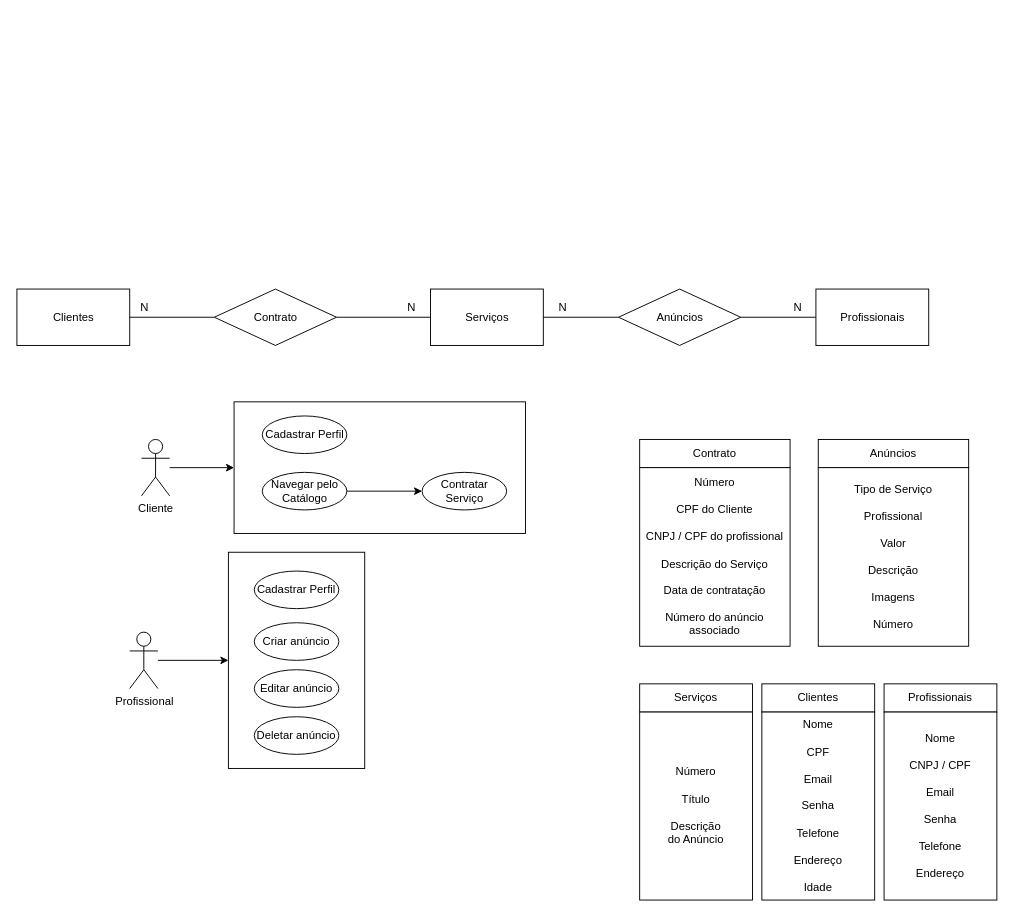
MAnzolin/FATEC_ADS_NOITE keeps this draw.io diagram as PROJETO_2_WEB/Untitled Diagram.drawio. Above is the earlier version. Source tidied: cells renumbered, new cells numbered last; positions are measured from the earlier drawing's top-left corner, leaving out a move shared by most shapes. Both pictures are drawn from the tidied source at 94%, with x=0, y=0 at pixel (17, 289).
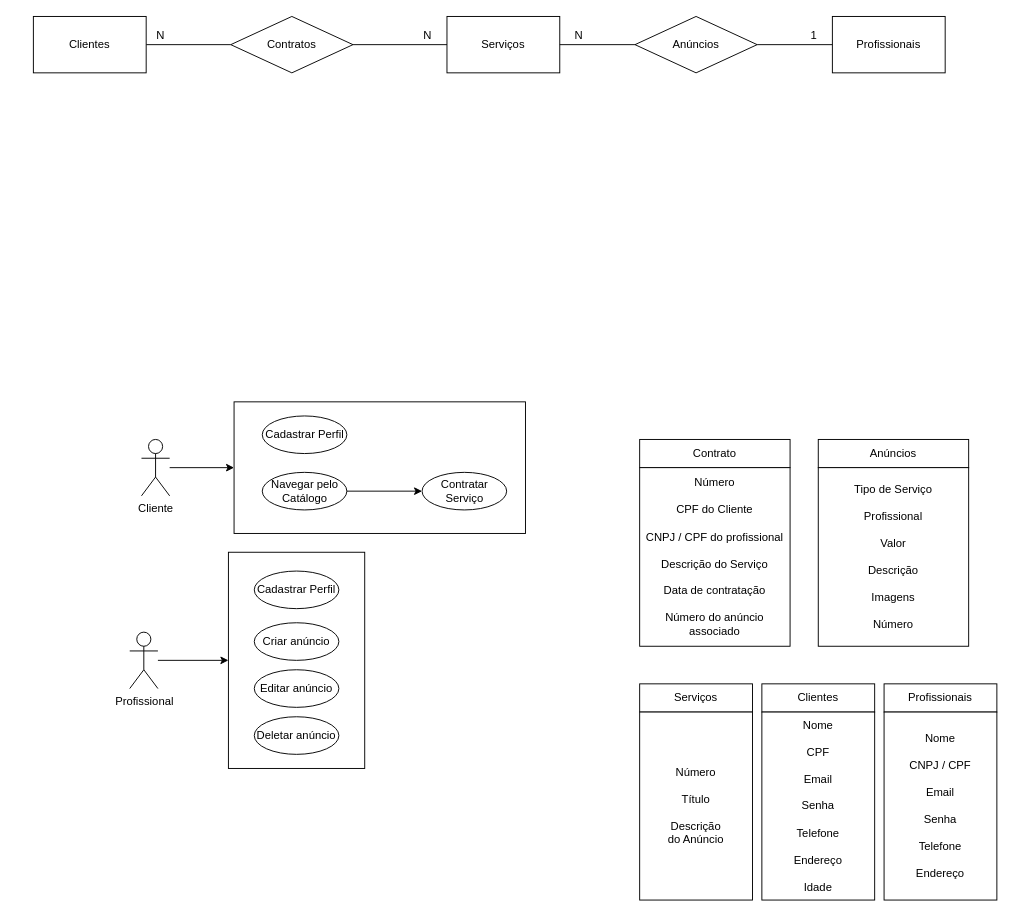
Above is the later version.

The edit, as a diff of the source:
```diff
@@
     <mxCell id="2" value="Serviços" style="rounded=0;whiteSpace=wrap;html=1;" parent="1" vertex="1">
-      <mxGeometry x="439.5" width="120" height="60" as="geometry" />
+      <mxGeometry x="457" y="-290" width="120" height="60" as="geometry" />
     </mxCell>
     <mxCell id="3" value="Profissionais" style="rounded=0;whiteSpace=wrap;html=1;" parent="1" vertex="1">
-      <mxGeometry x="849.5" width="120" height="60" as="geometry" />
+      <mxGeometry x="867" y="-290" width="120" height="60" as="geometry" />
     </mxCell>
@@
     <mxCell id="5" value="Anúncios" style="rhombus;whiteSpace=wrap;html=1;" parent="1" vertex="1">
-      <mxGeometry x="639.5" width="130" height="60" as="geometry" />
+      <mxGeometry x="657" y="-290" width="130" height="60" as="geometry" />
     </mxCell>
@@
     <mxCell id="7" value="N" style="text;html=1;align=center;verticalAlign=middle;strokeColor=none;" parent="1" vertex="1">
-      <mxGeometry x="569.5" y="10" width="20" height="20" as="geometry" />
+      <mxGeometry x="587" y="-280" width="20" height="20" as="geometry" />
     </mxCell>
-    <mxCell id="8" value="N" style="text;html=1;align=center;verticalAlign=middle;strokeColor=none;" parent="1" vertex="1">
-      <mxGeometry x="819.5" y="10" width="20" height="20" as="geometry" />
+    <mxCell id="8" value="1" style="text;html=1;align=center;verticalAlign=middle;strokeColor=none;" parent="1" vertex="1">
+      <mxGeometry x="837" y="-280" width="20" height="20" as="geometry" />
     </mxCell>
@@
-    <mxCell id="10" value="Contrato" style="rhombus;whiteSpace=wrap;html=1;" parent="1" vertex="1">
-      <mxGeometry x="209.5" width="130" height="60" as="geometry" />
+    <mxCell id="10" value="Contratos" style="rhombus;whiteSpace=wrap;html=1;" parent="1" vertex="1">
+      <mxGeometry x="227" y="-290" width="130" height="60" as="geometry" />
     </mxCell>
@@
     <mxCell id="12" value="Clientes" style="rounded=0;whiteSpace=wrap;html=1;" parent="1" vertex="1">
-      <mxGeometry x="-0.5" width="120" height="60" as="geometry" />
+      <mxGeometry x="17" y="-290" width="120" height="60" as="geometry" />
     </mxCell>
     <mxCell id="13" value="N" style="text;html=1;align=center;verticalAlign=middle;strokeColor=none;" parent="1" vertex="1">
-      <mxGeometry x="408.5" y="10" width="20" height="20" as="geometry" />
+      <mxGeometry x="426" y="-280" width="20" height="20" as="geometry" />
     </mxCell>
     <mxCell id="14" value="N" style="text;html=1;align=center;verticalAlign=middle;strokeColor=none;" parent="1" vertex="1">
-      <mxGeometry x="124.5" y="10" width="20" height="20" as="geometry" />
+      <mxGeometry x="142" y="-280" width="20" height="20" as="geometry" />
     </mxCell>
```
